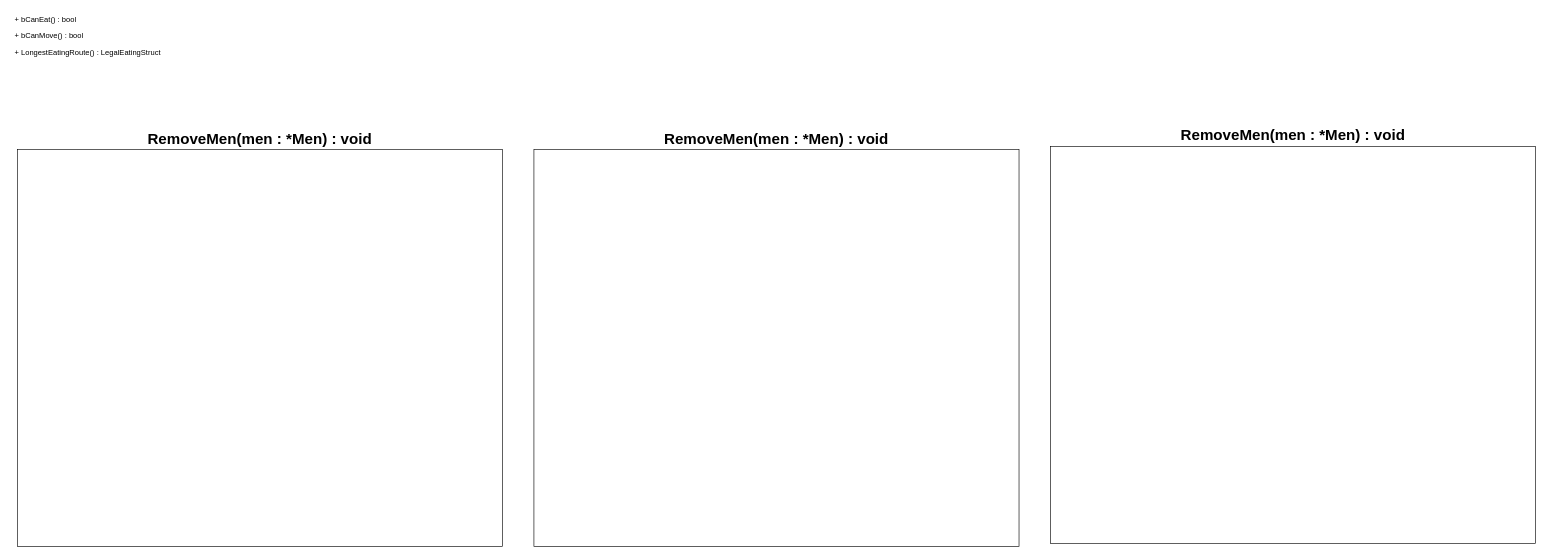
This is page "Men activity diagrams" (5 of 6) of Draughts.drawio from TheKrillenum/Draught, a draw.io file, before an edit. Source tidied: cells renumbered, new cells numbered last; positions are measured from the earlier drawing's top-left corner, leaving out a move shared by most shapes. Both pictures are drawn from the tidied source at 63%, with x=0, y=0 at pixel (11, 11).
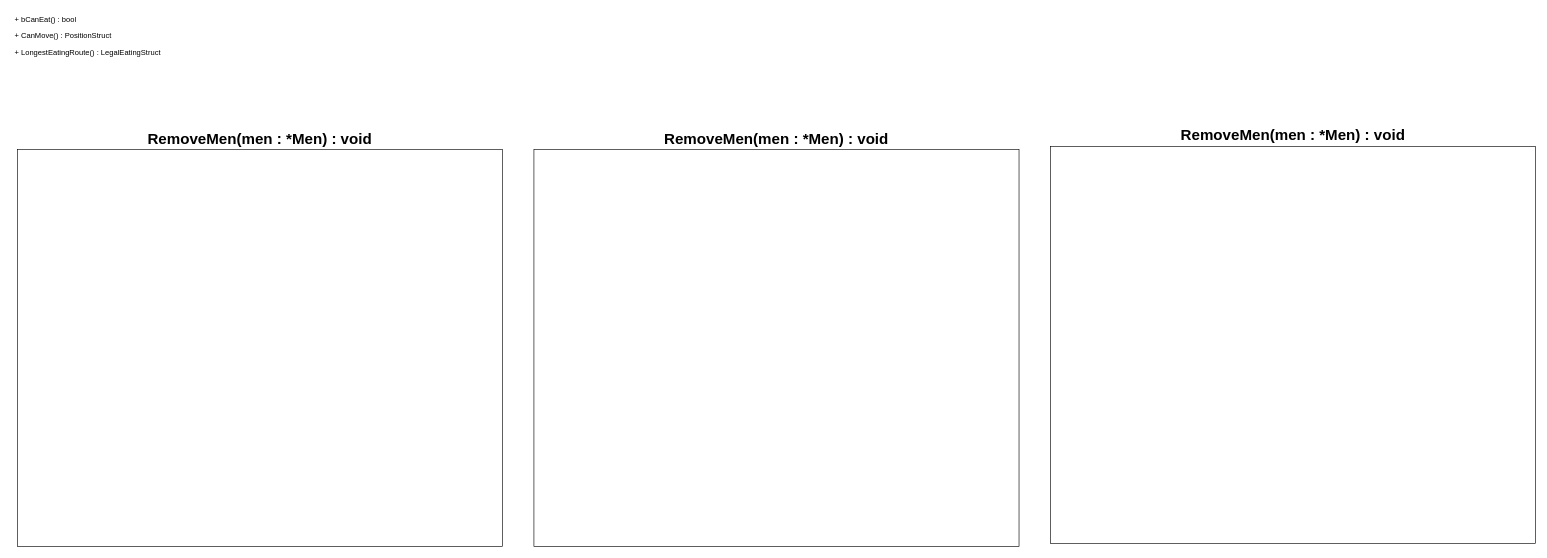
Above is the later version.

Diff of the diagram source:
```diff
@@
 <mxGraphModel>
   <root>
     <mxCell id="0" />
     <mxCell id="1" parent="0" />
     <mxCell id="2" value="+ bCanEat() : bool" style="text;strokeColor=none;fillColor=none;align=left;verticalAlign=top;spacingLeft=4;spacingRight=4;overflow=hidden;" parent="1" vertex="1">
       <mxGeometry width="280" height="26" as="geometry" />
     </mxCell>
-    <mxCell id="3" value="+ bCanMove() : bool" style="text;strokeColor=none;fillColor=none;align=left;verticalAlign=top;spacingLeft=4;spacingRight=4;overflow=hidden;" parent="1" vertex="1">
+    <mxCell id="3" value="+ CanMove() : PositionStruct" style="text;strokeColor=none;fillColor=none;align=left;verticalAlign=top;spacingLeft=4;spacingRight=4;overflow=hidden;" parent="1" vertex="1">
       <mxGeometry y="26" width="280" height="26" as="geometry" />
     </mxCell>
     <mxCell id="4" value="+ LongestEatingRoute() : LegalEatingStruct" style="text;strokeColor=none;fillColor=none;align=left;verticalAlign=top;spacingLeft=4;spacingRight=4;overflow=hidden;" parent="1" vertex="1">
       <mxGeometry y="52" width="280" height="26" as="geometry" />
     </mxCell>
     <mxCell id="5" value="&lt;span style=&quot;text-align: left;&quot;&gt;&lt;font style=&quot;font-size: 24px;&quot;&gt;RemoveMen(men : *Men) : void&lt;/font&gt;&lt;/span&gt;" style="rounded=0;whiteSpace=wrap;html=1;labelPosition=center;verticalLabelPosition=top;align=center;verticalAlign=bottom;fontSize=24;fontStyle=1;" parent="1" vertex="1">
       <mxGeometry x="10" y="220" width="770" height="630" as="geometry" />
     </mxCell>
     <mxCell id="6" value="&lt;span style=&quot;text-align: left;&quot;&gt;&lt;font style=&quot;font-size: 24px;&quot;&gt;RemoveMen(men : *Men) : void&lt;/font&gt;&lt;/span&gt;" style="rounded=0;whiteSpace=wrap;html=1;labelPosition=center;verticalLabelPosition=top;align=center;verticalAlign=bottom;fontSize=24;fontStyle=1;" parent="1" vertex="1">
       <mxGeometry x="830" y="220" width="770" height="630" as="geometry" />
     </mxCell>
     <mxCell id="7" value="&lt;span style=&quot;text-align: left;&quot;&gt;&lt;font style=&quot;font-size: 24px;&quot;&gt;RemoveMen(men : *Men) : void&lt;/font&gt;&lt;/span&gt;" style="rounded=0;whiteSpace=wrap;html=1;labelPosition=center;verticalLabelPosition=top;align=center;verticalAlign=bottom;fontSize=24;fontStyle=1;" parent="1" vertex="1">
       <mxGeometry x="1650" y="215" width="770" height="630" as="geometry" />
     </mxCell>
   </root>
 </mxGraphModel>
```
